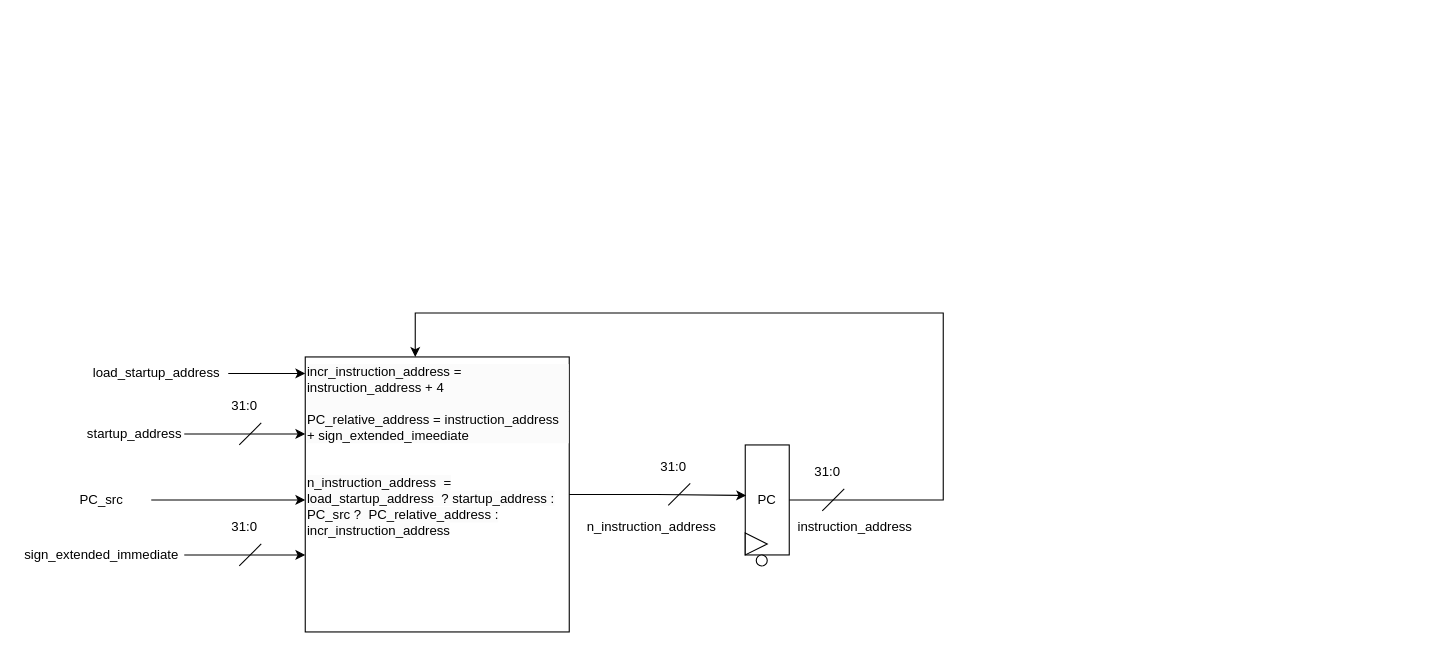
Before: page "PC" (2 of 9) of docs/rtl.drawio in hassan-alawi/RISC-V, a draw.io diagram. Source tidied: cells renumbered, new cells numbered last; positions are measured from the earlier drawing's top-left corner, leaving out a move shared by most shapes. Both pictures are drawn from the tidied source at 110%, with x=0, y=0 at pixel (19, 312).
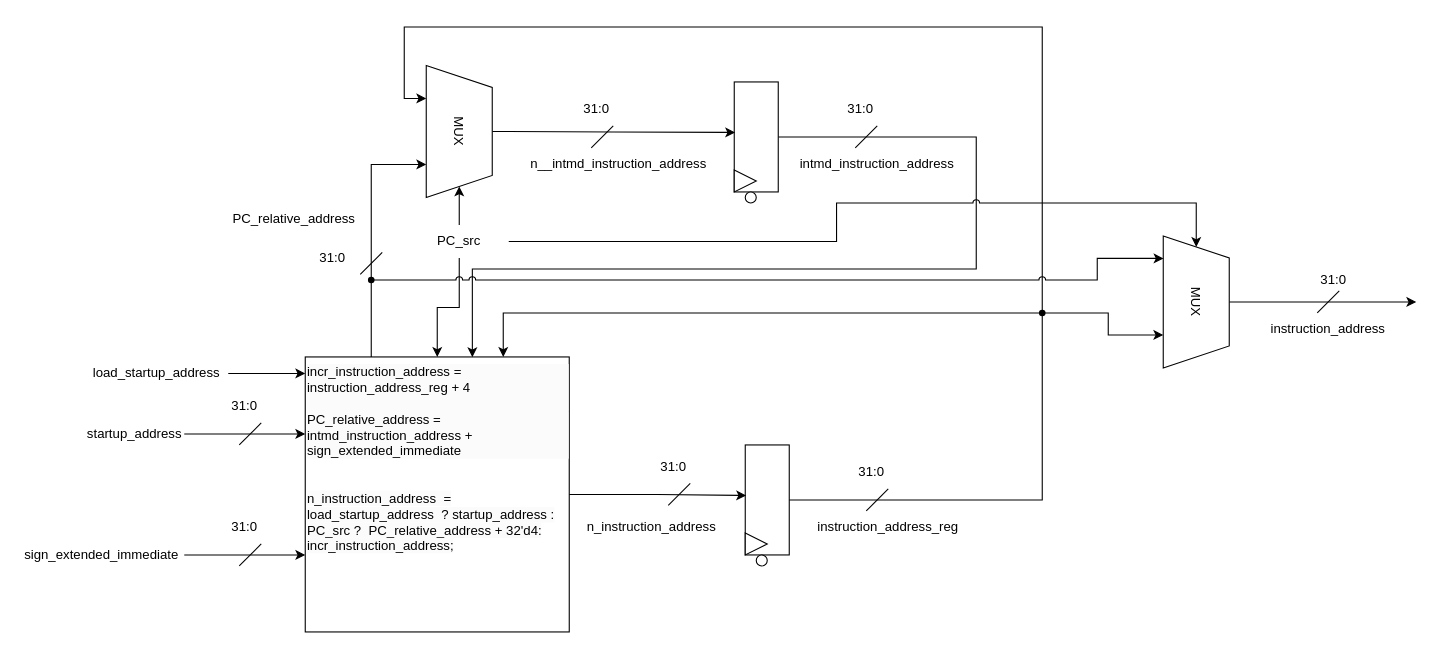
The same diagram, later.

What changed in the source:
```diff
@@
-    <mxCell id="8" style="edgeStyle=orthogonalEdgeStyle;rounded=0;orthogonalLoop=1;jettySize=auto;html=1;exitX=1;exitY=0.5;exitDx=0;exitDy=0;entryX=0.5;entryY=0;entryDx=0;entryDy=0;fontFamily=Helvetica;fontSize=12;fontColor=default;" parent="1" edge="1">
+    <mxCell id="8" style="edgeStyle=orthogonalEdgeStyle;rounded=0;jettySize=auto;html=1;exitDx=0;exitDy=0;entryX=0.75;entryY=0;entryDx=0;entryDy=0;fontFamily=Helvetica;fontSize=12;fontColor=default;" parent="1" edge="1" source="48" target="21">
       <mxGeometry relative="1" as="geometry">
-        <mxPoint x="675" y="170" as="sourcePoint" />
-        <mxPoint x="360" y="40" as="targetPoint" />
         <Array as="points">
-          <mxPoint x="840" y="170" />
-          <mxPoint x="840" />
-          <mxPoint x="360" />
+          <mxPoint x="440" />
         </Array>
       </mxGeometry>
     </mxCell>
-    <mxCell id="9" value="PC" style="rounded=0;whiteSpace=wrap;html=1;" parent="1" vertex="1">
+    <mxCell id="9" style="rounded=0;whiteSpace=wrap;html=1;" parent="1" vertex="1">
       <mxGeometry x="660" y="120" width="40" height="100" as="geometry" />
     </mxCell>
@@
-    <mxCell id="15" style="edgeStyle=orthogonalEdgeStyle;rounded=0;jettySize=auto;html=1;fontFamily=Helvetica;fontSize=12;fontColor=default;" parent="1" edge="1" source="16">
-      <mxGeometry relative="1" as="geometry">
-        <mxPoint x="260" y="170" as="targetPoint" />
-      </mxGeometry>
-    </mxCell>
-    <mxCell id="16" value="PC_src" style="text;html=1;align=center;verticalAlign=middle;whiteSpace=wrap;rounded=0;fontFamily=Helvetica;fontSize=12;fontColor=default;" parent="1" vertex="1">
-      <mxGeometry x="30" y="155" width="90" height="30" as="geometry" />
-    </mxCell>
@@
+    <mxCell id="26" style="edgeStyle=orthogonalEdgeStyle;rounded=0;jettySize=auto;html=1;exitDx=0;exitDy=0;entryX=0.75;entryY=1;entryDx=0;entryDy=0;" parent="1" edge="1" source="53" target="38">
+      <mxGeometry relative="1" as="geometry">
+        <Array as="points">
+          <mxPoint x="320" y="-135" />
+        </Array>
+      </mxGeometry>
+    </mxCell>
-    <mxCell id="21" value="&lt;div style=&quot;forced-color-adjust: none; color: rgb(0, 0, 0); font-family: Helvetica; font-size: 12px; font-style: normal; font-variant-ligatures: normal; font-variant-caps: normal; font-weight: 400; letter-spacing: normal; orphans: 2; text-indent: 0px; text-transform: none; widows: 2; word-spacing: 0px; -webkit-text-stroke-width: 0px; white-space: normal; background-color: rgb(251, 251, 251); text-decoration-thickness: initial; text-decoration-style: initial; text-decoration-color: initial;&quot;&gt;incr_instruction_address = instruction_address + 4&lt;/div&gt;&lt;div style=&quot;forced-color-adjust: none; color: rgb(0, 0, 0); font-family: Helvetica; font-size: 12px; font-style: normal; font-variant-ligatures: normal; font-variant-caps: normal; font-weight: 400; letter-spacing: normal; orphans: 2; text-indent: 0px; text-transform: none; widows: 2; word-spacing: 0px; -webkit-text-stroke-width: 0px; white-space: normal; background-color: rgb(251, 251, 251); text-decoration-thickness: initial; text-decoration-style: initial; text-decoration-color: initial;&quot;&gt;&lt;br&gt;&lt;/div&gt;&lt;div style=&quot;forced-color-adjust: none; color: rgb(0, 0, 0); font-family: Helvetica; font-size: 12px; font-style: normal; font-variant-ligatures: normal; font-variant-caps: normal; font-weight: 400; letter-spacing: normal; orphans: 2; text-indent: 0px; text-transform: none; widows: 2; word-spacing: 0px; -webkit-text-stroke-width: 0px; white-space: normal; background-color: rgb(251, 251, 251); text-decoration-thickness: initial; text-decoration-style: initial; text-decoration-color: initial;&quot;&gt;PC_relative_address =&amp;nbsp;&lt;span style=&quot;background-color: initial;&quot;&gt;instruction_address + sign_extended_imeediate&lt;/span&gt;&lt;/div&gt;&lt;span style=&quot;color: rgb(0, 0, 0); font-family: Helvetica; font-size: 12px; font-style: normal; font-variant-ligatures: normal; font-variant-caps: normal; font-weight: 400; letter-spacing: normal; orphans: 2; text-indent: 0px; text-transform: none; widows: 2; word-spacing: 0px; -webkit-text-stroke-width: 0px; white-space: normal; background-color: rgb(251, 251, 251); text-decoration-thickness: initial; text-decoration-style: initial; text-decoration-color: initial; float: none; display: inline !important;&quot;&gt;&lt;div&gt;&lt;span style=&quot;color: rgb(0, 0, 0); font-family: Helvetica; font-size: 12px; font-style: normal; font-variant-ligatures: normal; font-variant-caps: normal; font-weight: 400; letter-spacing: normal; orphans: 2; text-indent: 0px; text-transform: none; widows: 2; word-spacing: 0px; -webkit-text-stroke-width: 0px; white-space: normal; background-color: rgb(251, 251, 251); text-decoration-thickness: initial; text-decoration-style: initial; text-decoration-color: initial; float: none; display: inline !important;&quot;&gt;&lt;br&gt;&lt;/span&gt;&lt;/div&gt;&lt;div&gt;&lt;span style=&quot;color: rgb(0, 0, 0); font-family: Helvetica; font-size: 12px; font-style: normal; font-variant-ligatures: normal; font-variant-caps: normal; font-weight: 400; letter-spacing: normal; orphans: 2; text-indent: 0px; text-transform: none; widows: 2; word-spacing: 0px; -webkit-text-stroke-width: 0px; white-space: normal; background-color: rgb(251, 251, 251); text-decoration-thickness: initial; text-decoration-style: initial; text-decoration-color: initial; float: none; display: inline !important;&quot;&gt;&lt;br&gt;&lt;/span&gt;&lt;/div&gt;n_instruction_address&amp;nbsp; = load_startup_address&amp;nbsp; ? startup_address : PC_src ?&amp;nbsp; PC_relative_address : incr_instruction_address&lt;/span&gt;&lt;div&gt;&lt;br&gt;&lt;/div&gt;" style="rounded=0;whiteSpace=wrap;html=1;align=left;verticalAlign=top;fontFamily=Helvetica;fontSize=12;fontColor=default;fillColor=default;gradientColor=none;" parent="1" vertex="1">
+    <mxCell id="21" value="&lt;div style=&quot;forced-color-adjust: none; color: rgb(0, 0, 0); font-family: Helvetica; font-size: 12px; font-style: normal; font-variant-ligatures: normal; font-variant-caps: normal; font-weight: 400; letter-spacing: normal; orphans: 2; text-indent: 0px; text-transform: none; widows: 2; word-spacing: 0px; -webkit-text-stroke-width: 0px; white-space: normal; background-color: rgb(251, 251, 251); text-decoration-thickness: initial; text-decoration-style: initial; text-decoration-color: initial;&quot;&gt;incr_instruction_address = instruction_address_reg + 4&lt;/div&gt;&lt;div style=&quot;forced-color-adjust: none; color: rgb(0, 0, 0); font-family: Helvetica; font-size: 12px; font-style: normal; font-variant-ligatures: normal; font-variant-caps: normal; font-weight: 400; letter-spacing: normal; orphans: 2; text-indent: 0px; text-transform: none; widows: 2; word-spacing: 0px; -webkit-text-stroke-width: 0px; white-space: normal; background-color: rgb(251, 251, 251); text-decoration-thickness: initial; text-decoration-style: initial; text-decoration-color: initial;&quot;&gt;&lt;br&gt;&lt;/div&gt;&lt;div style=&quot;forced-color-adjust: none; color: rgb(0, 0, 0); font-family: Helvetica; font-size: 12px; font-style: normal; font-variant-ligatures: normal; font-variant-caps: normal; font-weight: 400; letter-spacing: normal; orphans: 2; text-indent: 0px; text-transform: none; widows: 2; word-spacing: 0px; -webkit-text-stroke-width: 0px; white-space: normal; background-color: rgb(251, 251, 251); text-decoration-thickness: initial; text-decoration-style: initial; text-decoration-color: initial;&quot;&gt;PC_relative_address = intmd_&lt;span style=&quot;background-color: initial;&quot;&gt;instruction_address + sign_extended_immediate&lt;/span&gt;&lt;/div&gt;&lt;span style=&quot;color: rgb(0, 0, 0); font-family: Helvetica; font-size: 12px; font-style: normal; font-variant-ligatures: normal; font-variant-caps: normal; font-weight: 400; letter-spacing: normal; orphans: 2; text-indent: 0px; text-transform: none; widows: 2; word-spacing: 0px; -webkit-text-stroke-width: 0px; white-space: normal; background-color: rgb(251, 251, 251); text-decoration-thickness: initial; text-decoration-style: initial; text-decoration-color: initial; float: none; display: inline !important;&quot;&gt;&lt;div&gt;&lt;span style=&quot;color: rgb(0, 0, 0); font-family: Helvetica; font-size: 12px; font-style: normal; font-variant-ligatures: normal; font-variant-caps: normal; font-weight: 400; letter-spacing: normal; orphans: 2; text-indent: 0px; text-transform: none; widows: 2; word-spacing: 0px; -webkit-text-stroke-width: 0px; white-space: normal; background-color: rgb(251, 251, 251); text-decoration-thickness: initial; text-decoration-style: initial; text-decoration-color: initial; float: none; display: inline !important;&quot;&gt;&lt;br&gt;&lt;/span&gt;&lt;/div&gt;&lt;div&gt;&lt;span style=&quot;color: rgb(0, 0, 0); font-family: Helvetica; font-size: 12px; font-style: normal; font-variant-ligatures: normal; font-variant-caps: normal; font-weight: 400; letter-spacing: normal; orphans: 2; text-indent: 0px; text-transform: none; widows: 2; word-spacing: 0px; -webkit-text-stroke-width: 0px; white-space: normal; background-color: rgb(251, 251, 251); text-decoration-thickness: initial; text-decoration-style: initial; text-decoration-color: initial; float: none; display: inline !important;&quot;&gt;&lt;br&gt;&lt;/span&gt;&lt;/div&gt;n_instruction_address&amp;nbsp; = load_startup_address&amp;nbsp; ? startup_address : PC_src ?&amp;nbsp; PC_relative_address + 32'd4: incr_instruction_address;&lt;/span&gt;&lt;div&gt;&lt;br&gt;&lt;/div&gt;" style="rounded=0;whiteSpace=wrap;html=1;align=left;verticalAlign=top;fontFamily=Helvetica;fontSize=12;fontColor=default;fillColor=default;gradientColor=none;" parent="1" vertex="1">
       <mxGeometry x="260" y="40" width="240" height="250" as="geometry" />
     </mxCell>
@@
     <mxCell id="23" style="endArrow=none;html=1;rounded=0;fontFamily=Helvetica;fontSize=12;fontColor=default;" parent="1" edge="1">
       <mxGeometry relative="1" as="geometry">
-        <mxPoint x="730" y="180" as="sourcePoint" />
-        <mxPoint x="750" y="160" as="targetPoint" />
+        <mxPoint x="770" y="180" as="sourcePoint" />
+        <mxPoint x="790" y="160" as="targetPoint" />
       </mxGeometry>
     </mxCell>
     <mxCell id="24" value="31:0" style="text;html=1;align=center;verticalAlign=middle;whiteSpace=wrap;rounded=0;fontFamily=Helvetica;fontSize=12;fontColor=default;" parent="1" vertex="1">
-      <mxGeometry x="710" y="135" width="50" height="20" as="geometry" />
+      <mxGeometry x="750" y="135" width="50" height="20" as="geometry" />
     </mxCell>
-    <mxCell id="25" value="instruction_address" style="text;html=1;align=center;verticalAlign=middle;whiteSpace=wrap;rounded=0;fontFamily=Helvetica;fontSize=12;fontColor=default;" parent="1" vertex="1">
-      <mxGeometry x="710" y="180" width="100" height="30" as="geometry" />
+    <mxCell id="25" value="instruction_address_reg" style="text;html=1;align=center;verticalAlign=middle;whiteSpace=wrap;rounded=0;fontFamily=Helvetica;fontSize=12;fontColor=default;" parent="1" vertex="1">
+      <mxGeometry x="740" y="180" width="100" height="30" as="geometry" />
     </mxCell>
+    <mxCell id="27" style="edgeStyle=orthogonalEdgeStyle;rounded=0;jettySize=auto;html=1;exitX=1;exitY=0.5;exitDx=0;exitDy=0;fontFamily=Helvetica;fontSize=12;fontColor=default;entryX=0.633;entryY=0.001;entryDx=0;entryDy=0;entryPerimeter=0;" parent="1" edge="1" source="28" target="21">
+      <mxGeometry relative="1" as="geometry">
+        <Array as="points">
+          <mxPoint x="870" y="-160" />
+          <mxPoint x="870" y="-40" />
+          <mxPoint x="412" y="-40" />
+        </Array>
+      </mxGeometry>
+    </mxCell>
+    <mxCell id="28" style="rounded=0;whiteSpace=wrap;html=1;" parent="1" vertex="1">
+      <mxGeometry x="650" y="-210" width="40" height="100" as="geometry" />
+    </mxCell>
+    <mxCell id="29" style="triangle;whiteSpace=wrap;html=1;" parent="1" vertex="1">
+      <mxGeometry x="650" y="-130" width="20" height="20" as="geometry" />
+    </mxCell>
+    <mxCell id="30" style="ellipse;whiteSpace=wrap;html=1;" parent="1" vertex="1">
+      <mxGeometry x="660" y="-110" width="10" height="10" as="geometry" />
+    </mxCell>
+    <mxCell id="31" style="endArrow=none;html=1;rounded=0;fontFamily=Helvetica;fontSize=12;fontColor=default;" parent="1" edge="1">
+      <mxGeometry relative="1" as="geometry">
+        <mxPoint x="520" y="-150" as="sourcePoint" />
+        <mxPoint x="540" y="-170" as="targetPoint" />
+      </mxGeometry>
+    </mxCell>
+    <mxCell id="32" value="31:0" style="text;html=1;align=center;verticalAlign=middle;whiteSpace=wrap;rounded=0;fontFamily=Helvetica;fontSize=12;fontColor=default;" parent="1" vertex="1">
+      <mxGeometry x="500" y="-195" width="50" height="20" as="geometry" />
+    </mxCell>
+    <mxCell id="33" value="n__intmd_instruction_address" style="text;html=1;align=center;verticalAlign=middle;whiteSpace=wrap;rounded=0;fontFamily=Helvetica;fontSize=12;fontColor=default;" parent="1" vertex="1">
+      <mxGeometry x="480" y="-150" width="130" height="30" as="geometry" />
+    </mxCell>
+    <mxCell id="34" style="edgeStyle=orthogonalEdgeStyle;rounded=0;jettySize=auto;html=1;exitX=1;exitY=0.5;exitDx=0;exitDy=0;entryX=0.02;entryY=0.459;entryDx=0;entryDy=0;entryPerimeter=0;fontFamily=Helvetica;fontSize=12;fontColor=default;" parent="1" edge="1" target="28">
+      <mxGeometry relative="1" as="geometry">
+        <mxPoint x="430" y="-165" as="sourcePoint" />
+      </mxGeometry>
+    </mxCell>
+    <mxCell id="35" style="endArrow=none;html=1;rounded=0;fontFamily=Helvetica;fontSize=12;fontColor=default;" parent="1" edge="1">
+      <mxGeometry relative="1" as="geometry">
+        <mxPoint x="760" y="-150" as="sourcePoint" />
+        <mxPoint x="780" y="-170" as="targetPoint" />
+      </mxGeometry>
+    </mxCell>
+    <mxCell id="36" value="31:0" style="text;html=1;align=center;verticalAlign=middle;whiteSpace=wrap;rounded=0;fontFamily=Helvetica;fontSize=12;fontColor=default;" parent="1" vertex="1">
+      <mxGeometry x="740" y="-195" width="50" height="20" as="geometry" />
+    </mxCell>
+    <mxCell id="37" value="intmd_instruction_address" style="text;html=1;align=center;verticalAlign=middle;whiteSpace=wrap;rounded=0;fontFamily=Helvetica;fontSize=12;fontColor=default;" parent="1" vertex="1">
+      <mxGeometry x="730" y="-150" width="100" height="30" as="geometry" />
+    </mxCell>
+    <mxCell id="38" value="MUX" style="shape=trapezoid;perimeter=trapezoidPerimeter;whiteSpace=wrap;html=1;fixedSize=1;rotation=90;" parent="1" vertex="1">
+      <mxGeometry x="340" y="-195" width="120" height="60" as="geometry" />
+    </mxCell>
+    <mxCell id="39" style="edgeStyle=orthogonalEdgeStyle;rounded=0;jettySize=auto;html=1;exitX=0.5;exitY=0;exitDx=0;exitDy=0;entryX=1;entryY=0.5;entryDx=0;entryDy=0;" parent="1" edge="1" source="16" target="38">
+      <mxGeometry relative="1" as="geometry" />
+    </mxCell>
+    <mxCell id="40" style="edgeStyle=orthogonalEdgeStyle;rounded=0;jettySize=auto;html=1;exitX=0.5;exitY=1;exitDx=0;exitDy=0;entryX=0.5;entryY=0;entryDx=0;entryDy=0;" parent="1" edge="1" source="16" target="21">
+      <mxGeometry relative="1" as="geometry" />
+    </mxCell>
+    <mxCell id="41" style="edgeStyle=orthogonalEdgeStyle;rounded=0;jettySize=auto;html=1;exitX=1;exitY=0.5;exitDx=0;exitDy=0;entryX=0;entryY=0.5;entryDx=0;entryDy=0;jumpStyle=arc;" parent="1" edge="1" source="16" target="50">
+      <mxGeometry relative="1" as="geometry">
+        <Array as="points">
+          <mxPoint x="743" y="-65" />
+          <mxPoint x="743" y="-100" />
+          <mxPoint x="1070" y="-100" />
+        </Array>
+      </mxGeometry>
+    </mxCell>
+    <mxCell id="16" value="PC_src" style="text;html=1;align=center;verticalAlign=middle;whiteSpace=wrap;rounded=0;fontFamily=Helvetica;fontSize=12;fontColor=default;" parent="1" vertex="1">
+      <mxGeometry x="355" y="-80" width="90" height="30" as="geometry" />
+    </mxCell>
+    <mxCell id="42" style="endArrow=none;html=1;rounded=0;fontFamily=Helvetica;fontSize=12;fontColor=default;" parent="1" edge="1">
+      <mxGeometry relative="1" as="geometry">
+        <mxPoint x="310" y="-35" as="sourcePoint" />
+        <mxPoint x="330" y="-55" as="targetPoint" />
+      </mxGeometry>
+    </mxCell>
+    <mxCell id="43" value="31:0" style="text;html=1;align=center;verticalAlign=middle;whiteSpace=wrap;rounded=0;fontFamily=Helvetica;fontSize=12;fontColor=default;" parent="1" vertex="1">
+      <mxGeometry x="260" y="-60" width="50" height="20" as="geometry" />
+    </mxCell>
+    <mxCell id="44" value="PC_relative_address" style="text;html=1;align=center;verticalAlign=middle;whiteSpace=wrap;rounded=0;fontFamily=Helvetica;fontSize=12;fontColor=default;" parent="1" vertex="1">
+      <mxGeometry x="200" y="-100" width="100" height="30" as="geometry" />
+    </mxCell>
+    <mxCell id="45" style="edgeStyle=orthogonalEdgeStyle;rounded=0;jettySize=auto;html=1;exitX=1;exitY=0.5;exitDx=0;exitDy=0;entryDx=0;entryDy=0;fontFamily=Helvetica;fontSize=12;fontColor=default;endArrow=none;endFill=0;" parent="1" edge="1" source="9" target="48">
+      <mxGeometry relative="1" as="geometry">
+        <Array as="points">
+          <mxPoint x="930" y="170" />
+          <mxPoint x="930" />
+        </Array>
+      </mxGeometry>
+    </mxCell>
+    <mxCell id="46" style="edgeStyle=orthogonalEdgeStyle;rounded=0;jettySize=auto;html=1;entryX=0.25;entryY=1;entryDx=0;entryDy=0;" parent="1" edge="1" source="48" target="38">
+      <mxGeometry relative="1" as="geometry">
+        <Array as="points">
+          <mxPoint x="930" y="-260" />
+          <mxPoint x="350" y="-260" />
+          <mxPoint x="350" y="-195" />
+        </Array>
+      </mxGeometry>
+    </mxCell>
+    <mxCell id="47" style="edgeStyle=orthogonalEdgeStyle;rounded=0;jettySize=auto;html=1;entryX=0.75;entryY=1;entryDx=0;entryDy=0;" parent="1" edge="1" source="48" target="50">
+      <mxGeometry relative="1" as="geometry" />
+    </mxCell>
+    <mxCell id="48" style="shape=waypoint;sketch=0;fillStyle=solid;size=6;points=[];fillColor=none;perimeter=centerPerimeter;snapToPoint=1;" parent="1" vertex="1">
+      <mxGeometry x="920" y="-10" width="20" height="20" as="geometry" />
+    </mxCell>
+    <mxCell id="49" style="edgeStyle=orthogonalEdgeStyle;rounded=0;jettySize=auto;html=1;exitX=0.5;exitY=0;exitDx=0;exitDy=0;" parent="1" edge="1" source="50">
+      <mxGeometry relative="1" as="geometry">
+        <mxPoint x="1270" y="-10" as="targetPoint" />
+      </mxGeometry>
+    </mxCell>
+    <mxCell id="50" value="MUX" style="shape=trapezoid;perimeter=trapezoidPerimeter;whiteSpace=wrap;html=1;fixedSize=1;rotation=90;" parent="1" vertex="1">
+      <mxGeometry x="1010" y="-40" width="120" height="60" as="geometry" />
+    </mxCell>
+    <mxCell id="51" style="edgeStyle=orthogonalEdgeStyle;rounded=0;jettySize=auto;html=1;exitX=0.25;exitY=0;exitDx=0;exitDy=0;entryDx=0;entryDy=0;endArrow=none;endFill=0;" parent="1" edge="1" source="21" target="53">
+      <mxGeometry relative="1" as="geometry" />
+    </mxCell>
+    <mxCell id="52" style="edgeStyle=orthogonalEdgeStyle;rounded=0;jettySize=auto;html=1;entryX=0.17;entryY=0.996;entryDx=0;entryDy=0;entryPerimeter=0;jumpStyle=arc;" parent="1" edge="1" source="53" target="50">
+      <mxGeometry relative="1" as="geometry">
+        <Array as="points">
+          <mxPoint x="980" y="-30" />
+          <mxPoint x="980" y="-50" />
+        </Array>
+      </mxGeometry>
+    </mxCell>
+    <mxCell id="53" style="shape=waypoint;sketch=0;fillStyle=solid;size=6;points=[];fillColor=none;perimeter=centerPerimeter;snapToPoint=1;" parent="1" vertex="1">
+      <mxGeometry x="310" y="-40" width="20" height="20" as="geometry" />
+    </mxCell>
+    <mxCell id="54" style="endArrow=none;html=1;rounded=0;fontFamily=Helvetica;fontSize=12;fontColor=default;" parent="1" edge="1">
+      <mxGeometry relative="1" as="geometry">
+        <mxPoint x="1180" as="sourcePoint" />
+        <mxPoint x="1200" y="-20" as="targetPoint" />
+      </mxGeometry>
+    </mxCell>
+    <mxCell id="55" value="31:0" style="text;html=1;align=center;verticalAlign=middle;whiteSpace=wrap;rounded=0;fontFamily=Helvetica;fontSize=12;fontColor=default;" parent="1" vertex="1">
+      <mxGeometry x="1170" y="-40" width="50" height="20" as="geometry" />
+    </mxCell>
+    <mxCell id="56" value="instruction_address" style="text;html=1;align=center;verticalAlign=middle;whiteSpace=wrap;rounded=0;fontFamily=Helvetica;fontSize=12;fontColor=default;" parent="1" vertex="1">
+      <mxGeometry x="1140" width="100" height="30" as="geometry" />
+    </mxCell>
```
